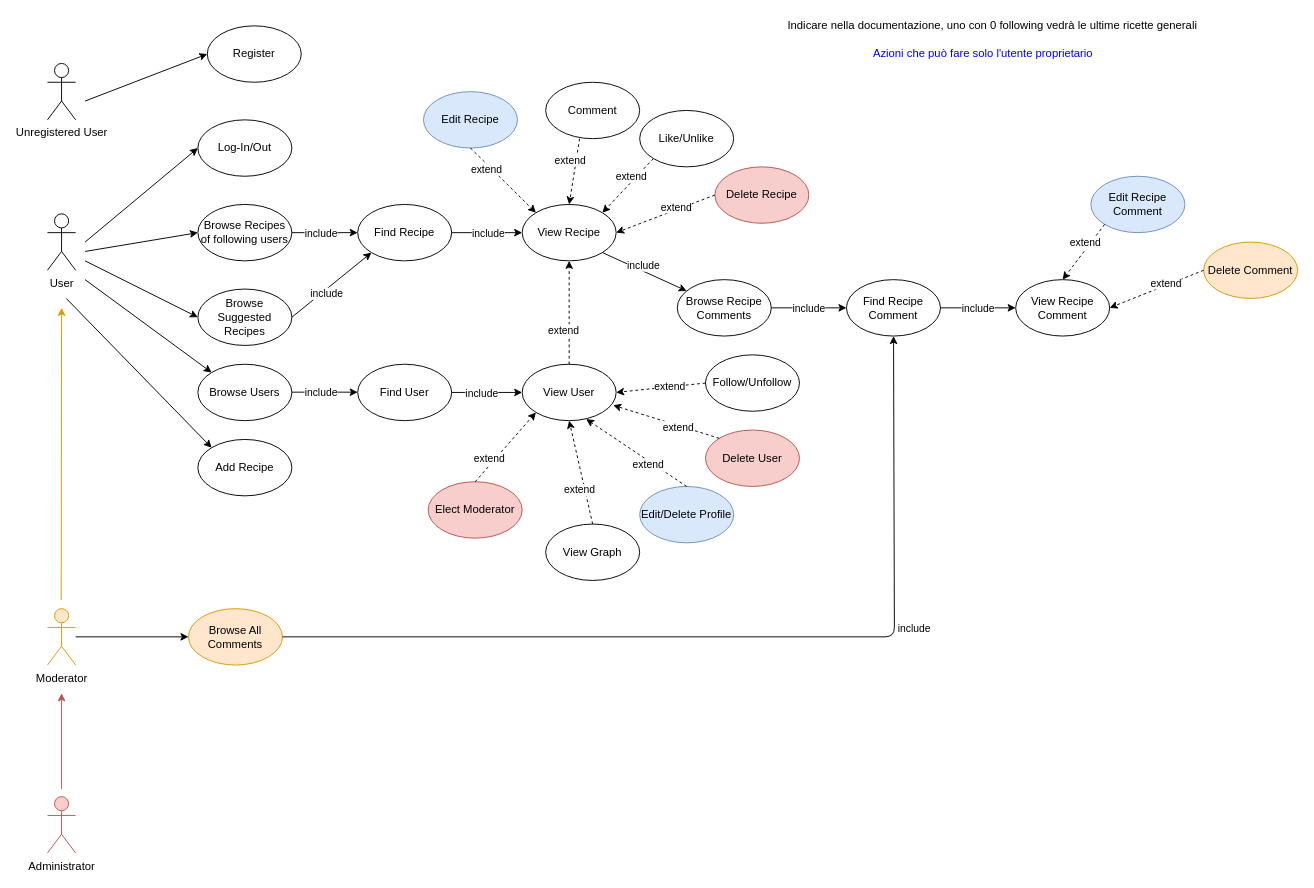
The draw.io diagram Documents/drawio/UseCaseDiagram.drawio in fraie98/JustRecipe, before the edit. Source tidied: cells renumbered, new cells numbered last; positions are measured from the earlier drawing's top-left corner, leaving out a move shared by most shapes. Both pictures are drawn from the tidied source at 94%, with x=0, y=0 at pixel (47, 16).
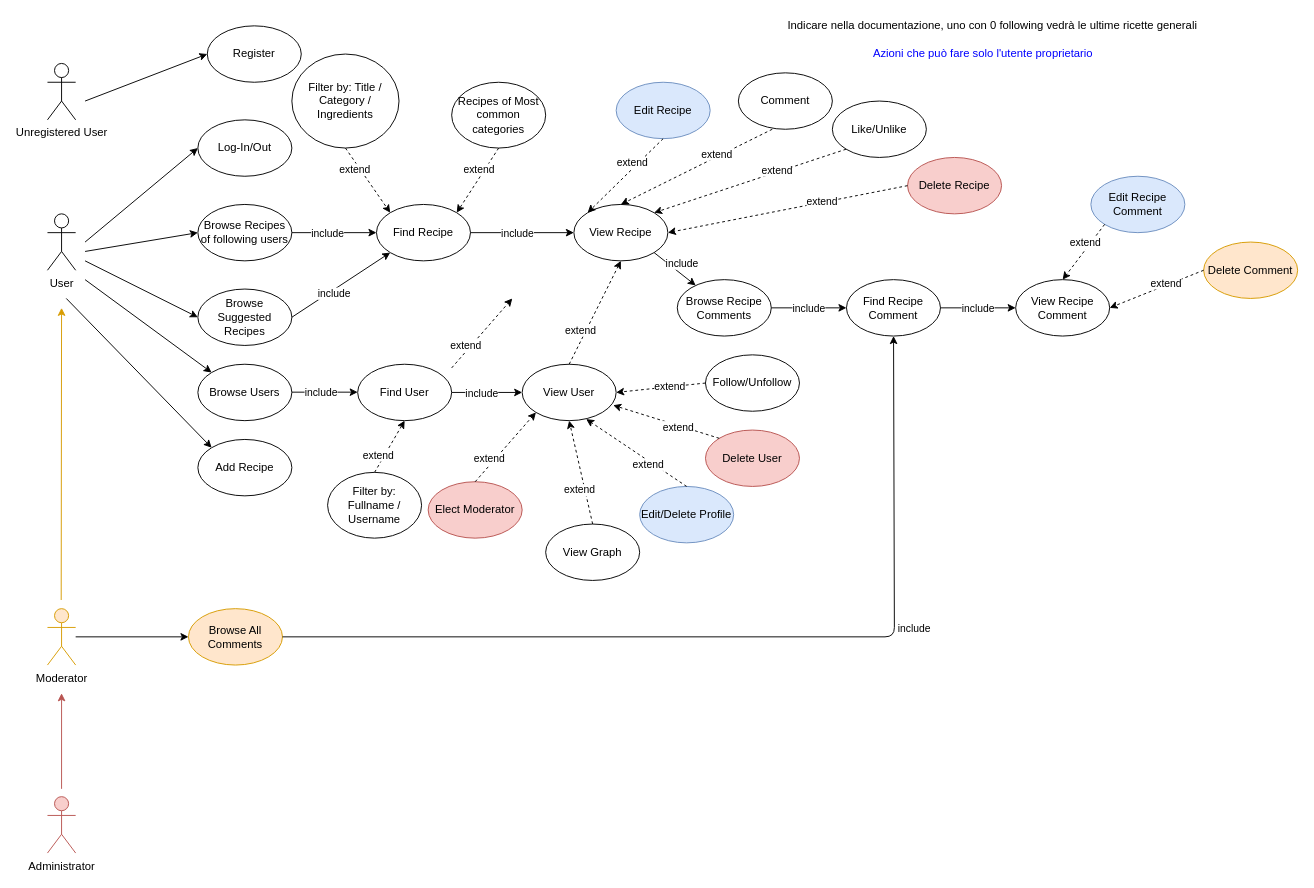
The same diagram, later.

Unchanged cells that the change refers to:
```xml
<mxCell id="24" value="Find User" style="ellipse;whiteSpace=wrap;html=1;" parent="1" vertex="1">
  <mxGeometry x="330" y="370" width="100" height="60" as="geometry" />
</mxCell>
```

The edit, as a diff of the source:
```diff
@@
     <mxCell id="11" value="Find Recipe" style="ellipse;whiteSpace=wrap;html=1;" parent="1" vertex="1">
-      <mxGeometry x="330" y="200" width="100" height="60" as="geometry" />
+      <mxGeometry x="350" y="200" width="100" height="60" as="geometry" />
     </mxCell>
     <mxCell id="12" value="View Recipe" style="ellipse;whiteSpace=wrap;html=1;" parent="1" vertex="1">
-      <mxGeometry x="505" y="200" width="100" height="60" as="geometry" />
+      <mxGeometry x="560" y="200" width="100" height="60" as="geometry" />
     </mxCell>
@@
     <mxCell id="34" value="Comment" style="ellipse;whiteSpace=wrap;html=1;" parent="1" vertex="1">
-      <mxGeometry x="530" y="70" width="100" height="60" as="geometry" />
+      <mxGeometry x="735" y="60" width="100" height="60" as="geometry" />
     </mxCell>
     <mxCell id="35" value="Like/Unlike" style="ellipse;whiteSpace=wrap;html=1;" parent="1" vertex="1">
-      <mxGeometry x="630" y="100" width="100" height="60" as="geometry" />
+      <mxGeometry x="835" y="90" width="100" height="60" as="geometry" />
     </mxCell>
@@
     <mxCell id="45" value="Edit Recipe" style="ellipse;whiteSpace=wrap;html=1;fillColor=#dae8fc;strokeColor=#6c8ebf;" parent="1" vertex="1">
-      <mxGeometry x="400" y="80" width="100" height="60" as="geometry" />
+      <mxGeometry x="605" y="70" width="100" height="60" as="geometry" />
     </mxCell>
@@
     <mxCell id="56" value="Delete Recipe" style="ellipse;whiteSpace=wrap;html=1;fillColor=#f8cecc;strokeColor=#b85450;" parent="1" vertex="1">
-      <mxGeometry x="710" y="160" width="100" height="60" as="geometry" />
+      <mxGeometry x="915" y="150" width="100" height="60" as="geometry" />
     </mxCell>
@@
+    <mxCell id="84" value="Filter by: Title / Category / Ingredients" style="ellipse;whiteSpace=wrap;html=1;" parent="1" vertex="1">
+      <mxGeometry x="260" y="40" width="114" height="100" as="geometry" />
+    </mxCell>
+    <mxCell id="85" value="Filter by: Fullname / Username" style="ellipse;whiteSpace=wrap;html=1;" parent="1" vertex="1">
+      <mxGeometry x="298" y="485" width="100" height="70" as="geometry" />
+    </mxCell>
+    <mxCell id="86" style="endArrow=classic;html=1;entryX=0;entryY=1;entryDx=0;entryDy=0;exitX=0.5;exitY=0;exitDx=0;exitDy=0;dashed=1;" parent="1" edge="1">
+      <mxGeometry relative="1" as="geometry">
+        <mxPoint x="430" y="373.9" as="sourcePoint" />
+        <mxPoint x="494.5" y="300" as="targetPoint" />
+      </mxGeometry>
+    </mxCell>
+    <mxCell id="87" value="extend" style="edgeLabel;html=1;align=center;verticalAlign=middle;" parent="86" vertex="1">
+      <mxGeometry x="-0.34" relative="1" as="geometry">
+        <mxPoint x="-6.7" y="-0.2" as="offset" />
+      </mxGeometry>
+    </mxCell>
+    <mxCell id="88" style="endArrow=classic;html=1;entryX=0;entryY=0;entryDx=0;entryDy=0;exitX=0.5;exitY=1;exitDx=0;exitDy=0;dashed=1;" parent="1" edge="1" source="84" target="11">
+      <mxGeometry relative="1" as="geometry" />
+    </mxCell>
+    <mxCell id="89" value="extend" style="edgeLabel;html=1;align=center;verticalAlign=middle;" parent="88" vertex="1">
+      <mxGeometry x="-0.34" relative="1" as="geometry">
+        <mxPoint x="-6.7" y="-0.2" as="offset" />
+      </mxGeometry>
+    </mxCell>
+    <mxCell id="90" style="endArrow=classic;html=1;entryX=0.5;entryY=1;entryDx=0;entryDy=0;exitX=0.5;exitY=0;exitDx=0;exitDy=0;dashed=1;" parent="1" edge="1" source="85" target="24">
+      <mxGeometry relative="1" as="geometry" />
+    </mxCell>
+    <mxCell id="91" value="extend" style="edgeLabel;html=1;align=center;verticalAlign=middle;" parent="90" vertex="1">
+      <mxGeometry x="-0.34" relative="1" as="geometry">
+        <mxPoint x="-6.7" y="-0.2" as="offset" />
+      </mxGeometry>
+    </mxCell>
+    <mxCell id="92" value="Recipes of Most common categories" style="ellipse;whiteSpace=wrap;html=1;" parent="1" vertex="1">
+      <mxGeometry x="430" y="70" width="100" height="70" as="geometry" />
+    </mxCell>
+    <mxCell id="93" style="endArrow=classic;html=1;entryX=1;entryY=0;entryDx=0;entryDy=0;exitX=0.5;exitY=1;exitDx=0;exitDy=0;dashed=1;" parent="1" edge="1" source="92" target="11">
+      <mxGeometry relative="1" as="geometry" />
+    </mxCell>
+    <mxCell id="94" value="extend" style="edgeLabel;html=1;align=center;verticalAlign=middle;" parent="93" vertex="1">
+      <mxGeometry x="-0.34" relative="1" as="geometry">
+        <mxPoint x="-6.7" y="-0.2" as="offset" />
+      </mxGeometry>
+    </mxCell>
```
